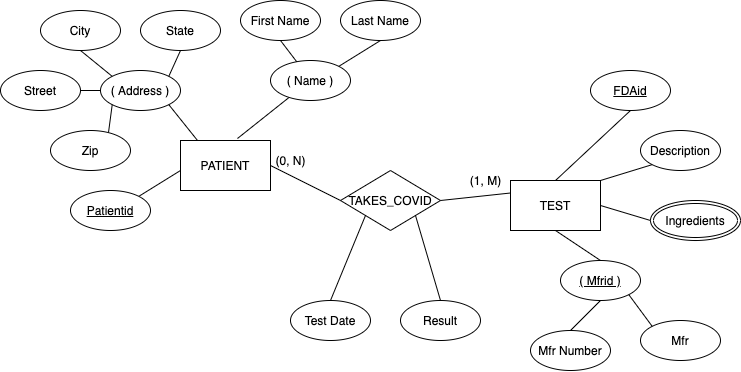
Above: ER Diagrams/HW1_Q1.png in dayylmao/CS470_diagrams (draw.io), before the change. Source tidied: cells renumbered, new cells last; positions are measured from the earlier drawing's top-left corner, leaving out a move shared by most shapes.
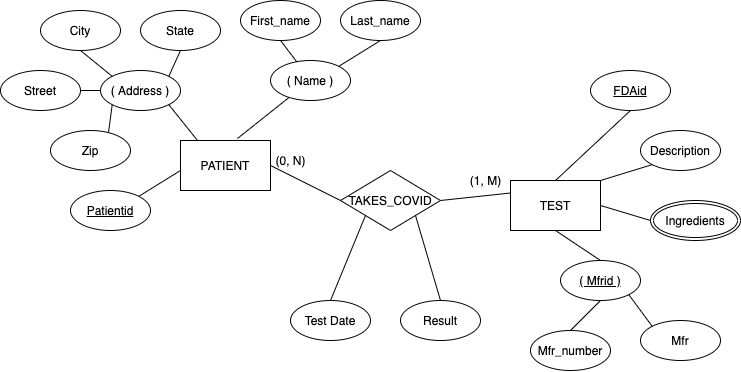
Above is the later version.

Diff of the diagram source:
```diff
@@ -11,10 +11,10 @@
     <mxCell id="4" value="( Name )" style="ellipse;whiteSpace=wrap;html=1;" parent="1" vertex="1">
       <mxGeometry x="270" y="60" width="80" height="40" as="geometry" />
     </mxCell>
-    <mxCell id="5" value="First Name" style="ellipse;whiteSpace=wrap;html=1;" parent="1" vertex="1">
+    <mxCell id="5" value="First_name" style="ellipse;whiteSpace=wrap;html=1;" parent="1" vertex="1">
       <mxGeometry x="240" width="80" height="40" as="geometry" />
     </mxCell>
-    <mxCell id="6" value="Last Name" style="ellipse;whiteSpace=wrap;html=1;" parent="1" vertex="1">
+    <mxCell id="6" value="Last_name" style="ellipse;whiteSpace=wrap;html=1;" parent="1" vertex="1">
       <mxGeometry x="340" width="80" height="40" as="geometry" />
     </mxCell>
     <mxCell id="7" style="endArrow=none;html=1;entryX=0.5;entryY=1;entryDx=0;entryDy=0;" parent="1" edge="1" source="4" target="5">
@@ -73,7 +73,7 @@
     <mxCell id="24" value="Mfr" style="ellipse;whiteSpace=wrap;html=1;" parent="1" vertex="1">
       <mxGeometry x="640" y="320" width="80" height="40" as="geometry" />
     </mxCell>
-    <mxCell id="25" value="Mfr Number" style="ellipse;whiteSpace=wrap;html=1;" parent="1" vertex="1">
+    <mxCell id="25" value="Mfr_number" style="ellipse;whiteSpace=wrap;html=1;" parent="1" vertex="1">
       <mxGeometry x="530" y="330" width="80" height="40" as="geometry" />
     </mxCell>
     <mxCell id="26" value="Description" style="ellipse;whiteSpace=wrap;html=1;" parent="1" vertex="1">
```
